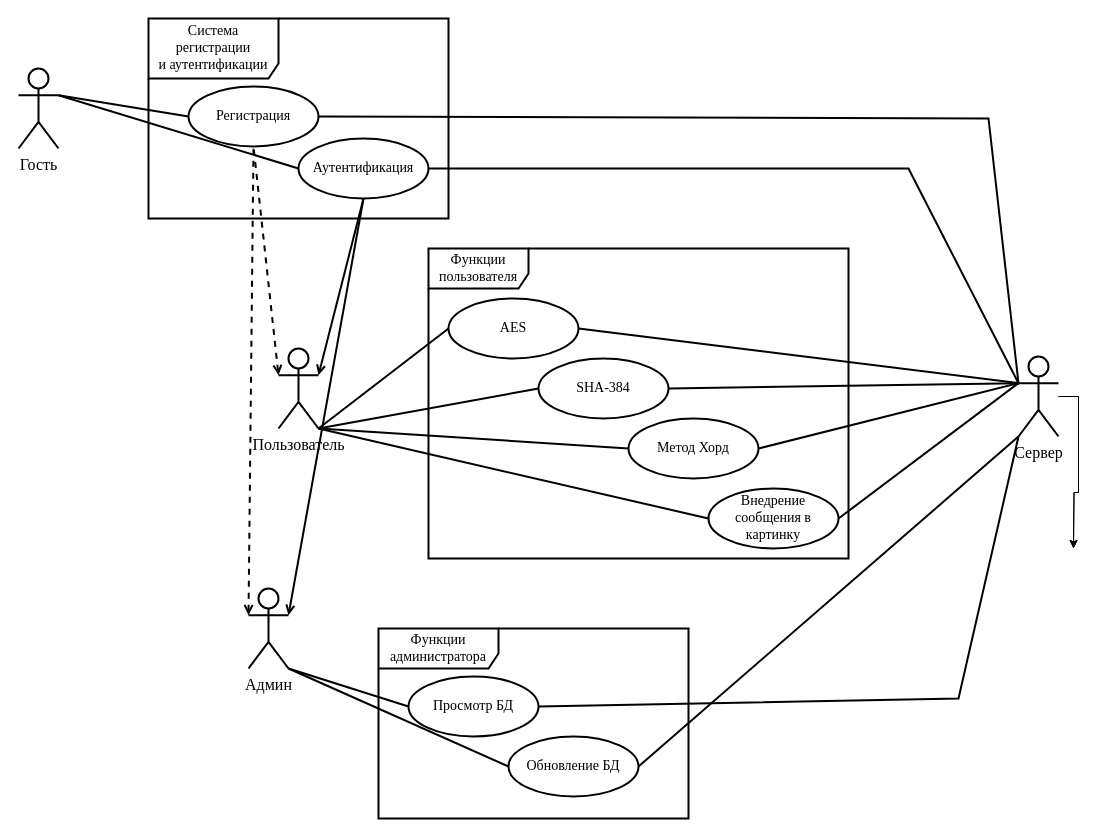
Above: page "Страница — 2" (2 of 2) of Диаграмма классов.drawio in Silf-daytoday/TaMP (draw.io), before the change. Source tidied: cells renumbered, new cells numbered last; positions are measured from the earlier drawing's top-left corner, leaving out a move shared by most shapes. Both pictures are drawn from the tidied source at 100%, with x=0, y=0 at pixel (18, 18).
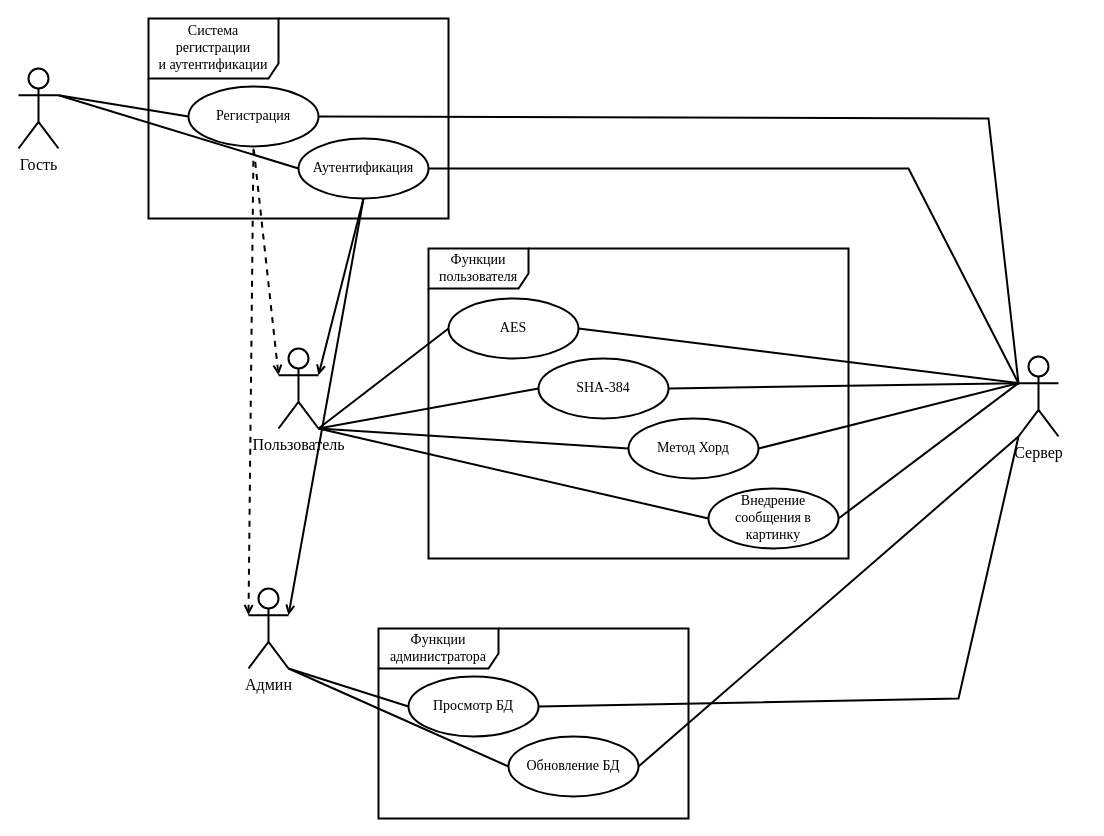
The same page after the edit.

The change refers to these unchanged cells:
```xml
<mxCell id="30" value="Сервер" style="shape=umlActor;verticalLabelPosition=bottom;verticalAlign=top;html=1;strokeColor=light-dark(#000000,#000000);fillColor=light-dark(#FFFFFF,#FFFFFF);strokeWidth=2;fontColor=light-dark(#000000,#000000);fontSize=16;fontFamily=Times New Roman;" parent="1" vertex="1">
  <mxGeometry x="1000" y="338" width="40" height="80" as="geometry" />
</mxCell>
```

Diff of the diagram source:
```diff
@@
-    <mxCell id="28" style="edgeStyle=orthogonalEdgeStyle;rounded=0;jettySize=auto;html=1;" parent="1" edge="1" source="30">
-      <mxGeometry relative="1" as="geometry">
-        <mxPoint x="1055" y="530" as="targetPoint" />
-      </mxGeometry>
-    </mxCell>
-    <mxCell id="29" style="edgeStyle=orthogonalEdgeStyle;rounded=0;jettySize=auto;html=1;" parent="1" edge="1" source="30">
-      <mxGeometry relative="1" as="geometry">
-        <mxPoint x="1055" y="530" as="targetPoint" />
-      </mxGeometry>
-    </mxCell>
```
